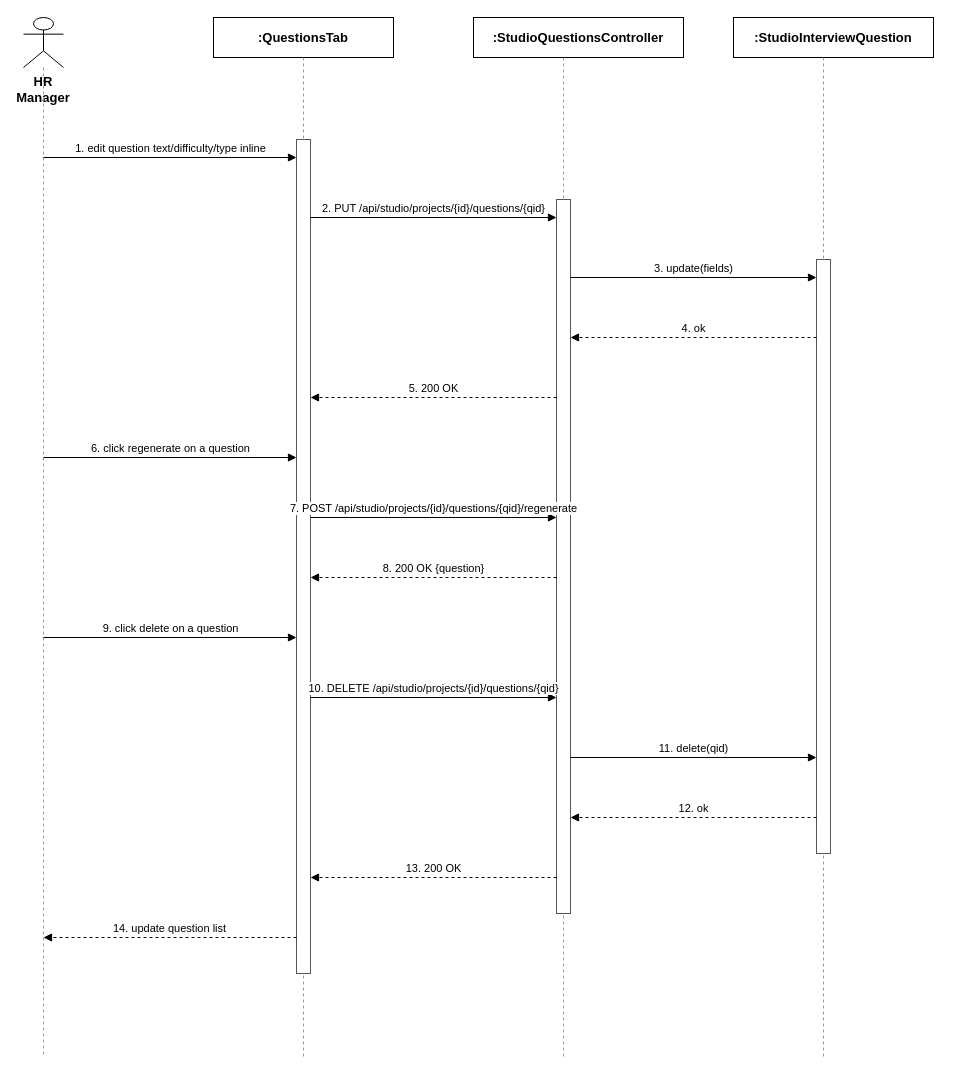
tulklk/AI_Interview_Question_Generation_RAG_LLM_FE keeps this draw.io diagram as docs/qa/Nam_SequenceDiagram/14_AIQuestionGenerationManagement_EditQuestions.drawio. Above is the earlier version. Source tidied: cells renumbered, new cells numbered last; positions are measured from the earlier drawing's top-left corner, leaving out a move shared by most shapes. Both pictures are drawn from the tidied source at 100%, with x=0, y=0 at pixel (23, 17).
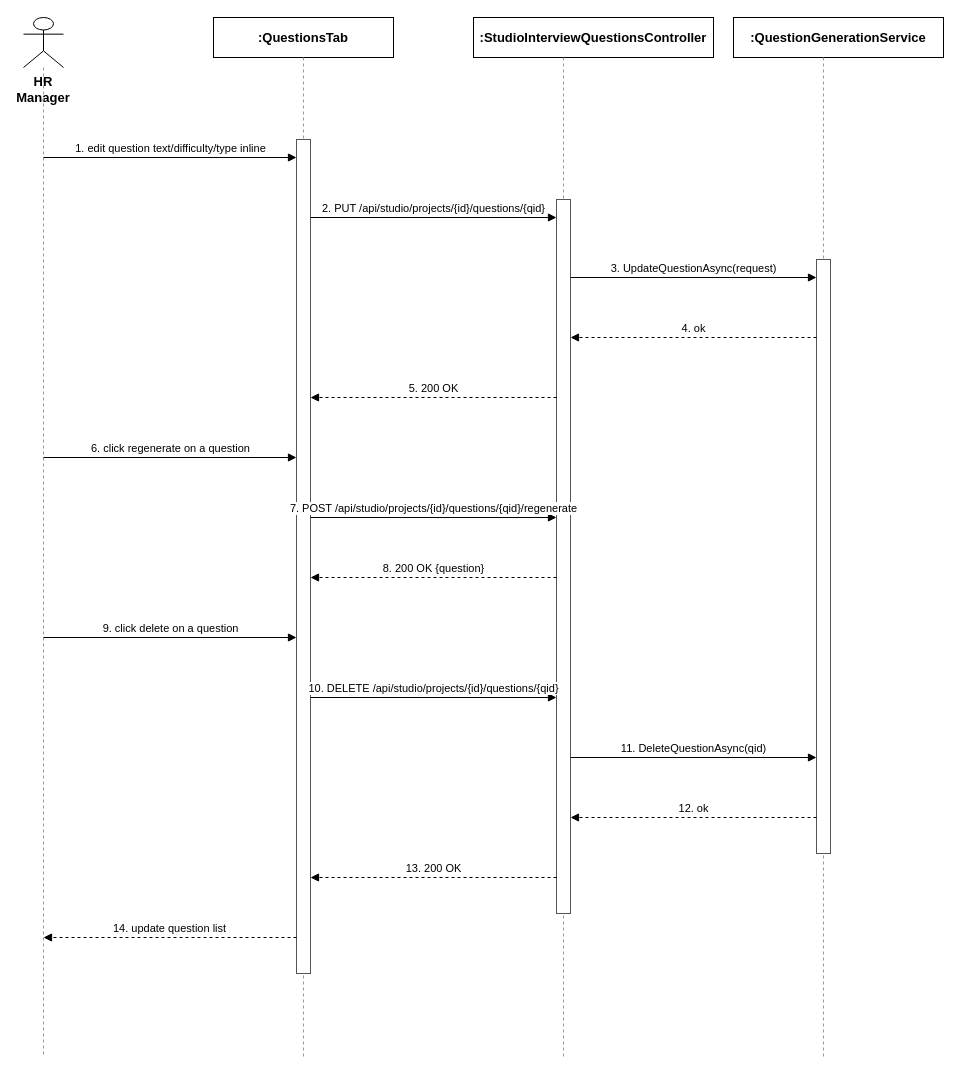
The same page after the edit.

Commit message (it also covers changes not shown here):
docs(qa): correct AI Question Generation and Question Set diagrams against real BE

Diff of the diagram source:
```diff
@@
-    <mxCell id="6" value=":StudioQuestionsController" style="rounded=0;whiteSpace=wrap;html=1;fontSize=13;fillColor=#ffffff;strokeColor=#000000;fontStyle=1;" parent="1" vertex="1">
-      <mxGeometry x="450" width="210" height="40" as="geometry" />
+    <mxCell id="6" value=":StudioInterviewQuestionsController" style="rounded=0;whiteSpace=wrap;html=1;fontSize=13;fillColor=#ffffff;strokeColor=#000000;fontStyle=1;" parent="1" vertex="1">
+      <mxGeometry x="450" width="240" height="40" as="geometry" />
     </mxCell>
@@
-    <mxCell id="8" value=":StudioInterviewQuestion" style="rounded=0;whiteSpace=wrap;html=1;fontSize=13;fillColor=#ffffff;strokeColor=#000000;fontStyle=1;" parent="1" vertex="1">
-      <mxGeometry x="710" width="200" height="40" as="geometry" />
+    <mxCell id="8" value=":QuestionGenerationService" style="rounded=0;whiteSpace=wrap;html=1;fontSize=13;fillColor=#ffffff;strokeColor=#000000;fontStyle=1;" parent="1" vertex="1">
+      <mxGeometry x="710" width="210" height="40" as="geometry" />
     </mxCell>
@@
-    <mxCell id="15" value="3. update(fields)" style="endArrow=block;endFill=1;html=1;fontSize=11;align=center;verticalAlign=bottom;labelBackgroundColor=#ffffff;strokeColor=#000000;" parent="1" edge="1">
+    <mxCell id="15" value="3. UpdateQuestionAsync(request)" style="endArrow=block;endFill=1;html=1;fontSize=11;align=center;verticalAlign=bottom;labelBackgroundColor=#ffffff;strokeColor=#000000;" parent="1" edge="1">
       <mxGeometry relative="1" as="geometry">
         <mxPoint x="547" y="260" as="sourcePoint" />
         <mxPoint x="793" y="260" as="targetPoint" />
       </mxGeometry>
     </mxCell>
@@
-    <mxCell id="23" value="11. delete(qid)" style="endArrow=block;endFill=1;html=1;fontSize=11;align=center;verticalAlign=bottom;labelBackgroundColor=#ffffff;strokeColor=#000000;" parent="1" edge="1">
+    <mxCell id="23" value="11. DeleteQuestionAsync(qid)" style="endArrow=block;endFill=1;html=1;fontSize=11;align=center;verticalAlign=bottom;labelBackgroundColor=#ffffff;strokeColor=#000000;" parent="1" edge="1">
       <mxGeometry relative="1" as="geometry">
         <mxPoint x="547" y="740" as="sourcePoint" />
         <mxPoint x="793" y="740" as="targetPoint" />
       </mxGeometry>
     </mxCell>
```
